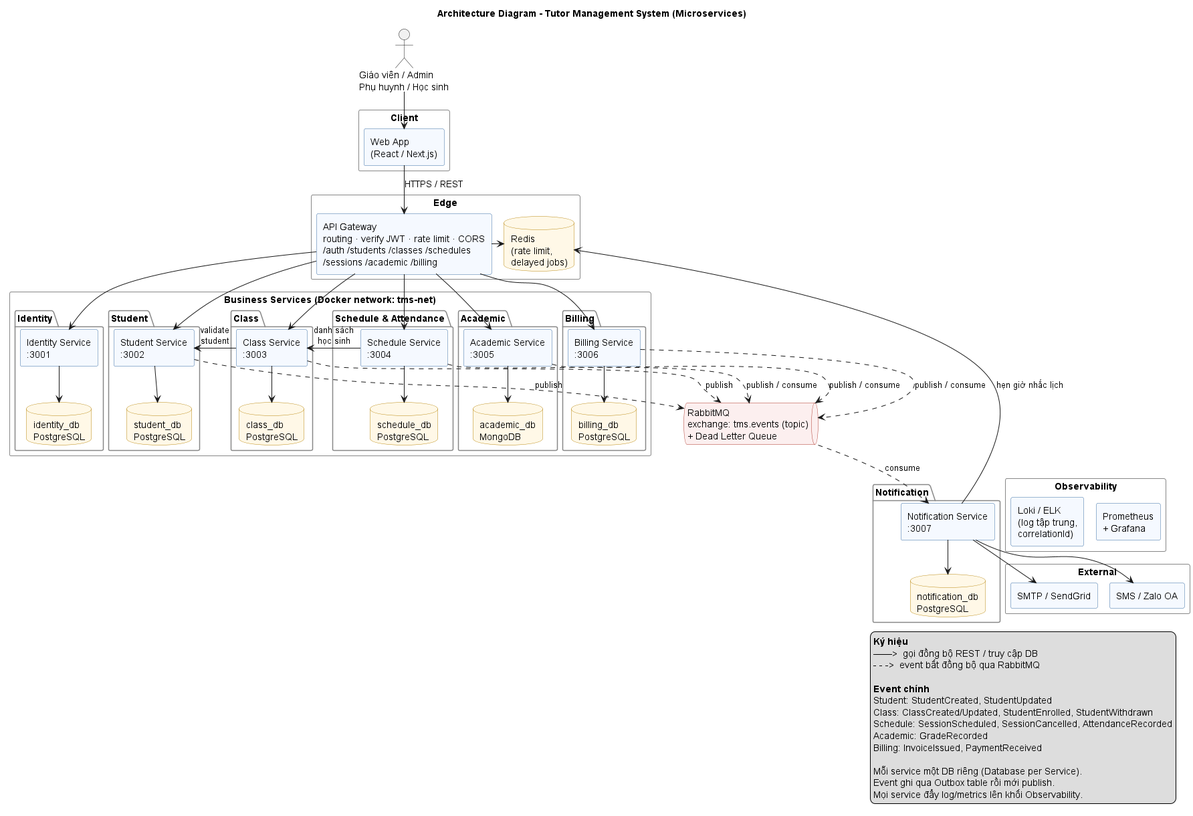
Earlier version of the PlantUML export docs/diagrams/out/02-architecture.png (thuanbui-1203/private-tutor-management-system).
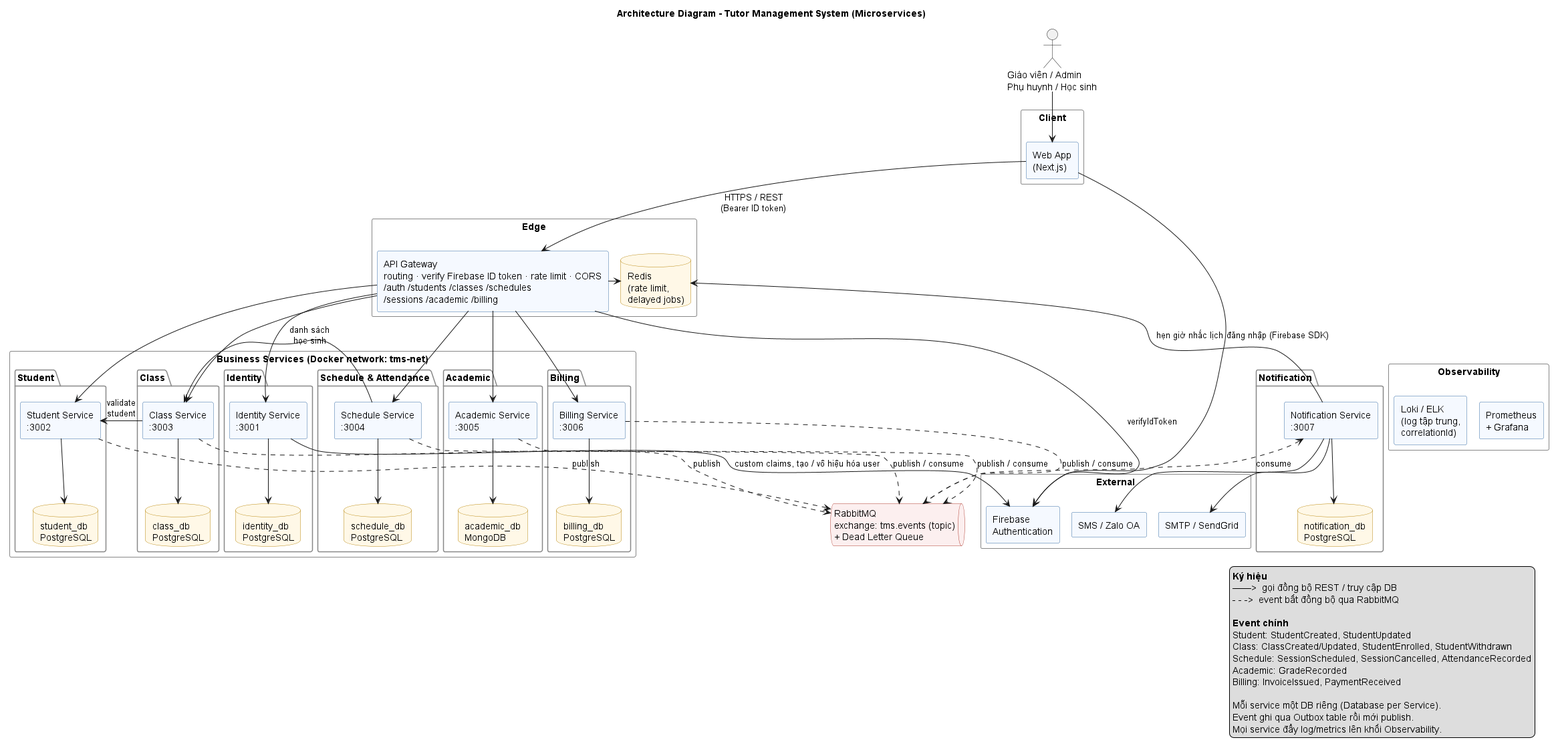
Later version of the same file.

Diff of the diagram source:
```diff
@@ -25,11 +25,11 @@
 actor "Giáo viên / Admin\nPhụ huynh / Học sinh" as Users
 
 rectangle "Client" {
-  component "Web App\n(React / Next.js)" as Web
+  component "Web App\n(Next.js)" as Web
 }
 
 rectangle "Edge" {
-  component "API Gateway\nrouting · verify JWT · rate limit · CORS\n/auth /students /classes /schedules\n/sessions /academic /billing" as GW
+  component "API Gateway\nrouting · verify Firebase ID token · rate limit · CORS\n/auth /students /classes /schedules\n/sessions /academic /billing" as GW
   database "Redis\n(rate limit,\ndelayed jobs)" as Redis
 }
 
@@ -68,6 +68,7 @@
 }
 
 rectangle "External" {
+  component "Firebase\nAuthentication" as FBA
   component "SMTP / SendGrid" as SMTP
   component "SMS / Zalo OA" as SMS
 }
@@ -78,7 +79,10 @@
 }
 
 Users --> Web
-Web --> GW : HTTPS / REST
+Web --> GW : HTTPS / REST\n(Bearer ID token)
+Web --> FBA : đăng nhập (Firebase SDK)
+GW --> FBA : verifyIdToken
+IdS --> FBA : custom claims, tạo / vô hiệu hóa user
 GW -right-> Redis
 
 GW --> IdS
```
